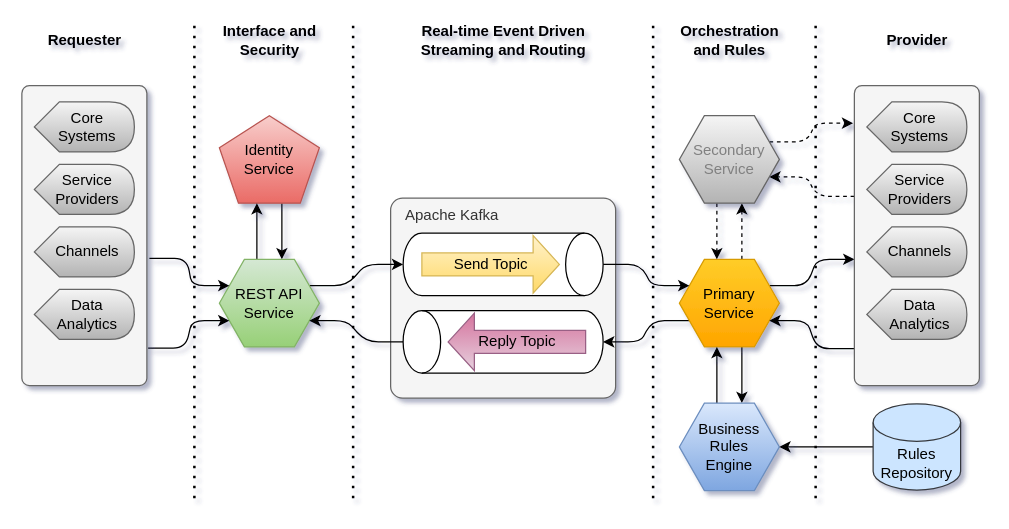
The draw.io diagram page "Proposed Design" (1 of 8) of Microservice Architecture.drawio in badenhorstp/readme, before the edit. Source tidied: cells renumbered, new cells numbered last; positions are measured from the earlier drawing's top-left corner, leaving out a move shared by most shapes. Both pictures are drawn from the tidied source at 125%, with x=0, y=0 at pixel (21, 21).
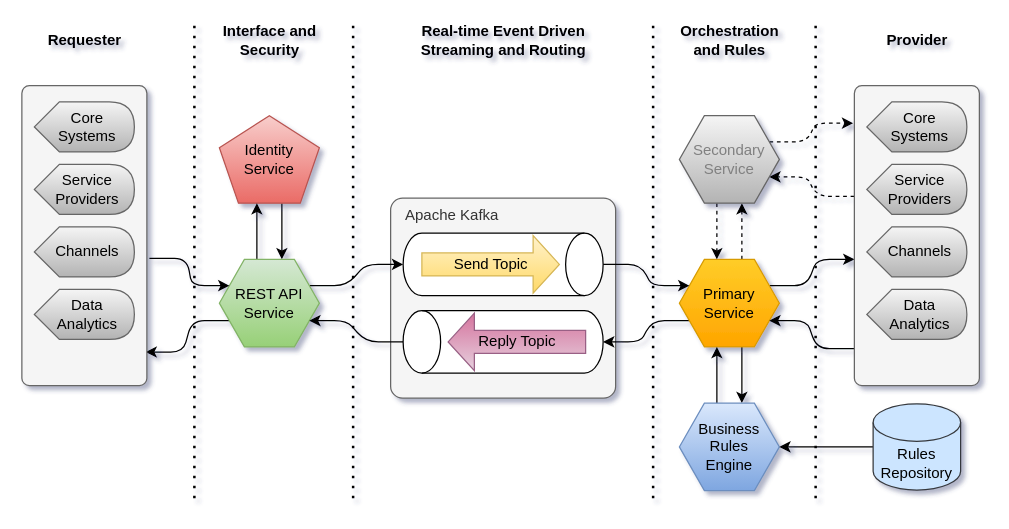
Above is the later version.

Unchanged cells that the change refers to:
```xml
<mxCell id="7" value="REST API&lt;br&gt;Service" style="shape=hexagon;perimeter=hexagonPerimeter2;whiteSpace=wrap;html=1;fixedSize=1;fillColor=#d5e8d4;strokeColor=#82b366;shadow=0;rounded=0;gradientColor=#97d077;" parent="1" vertex="1">
  <mxGeometry x="158" y="190" width="80" height="70" as="geometry" />
</mxCell>
<mxCell id="34" style="rounded=1;whiteSpace=wrap;html=1;arcSize=6;align=center;horizontal=1;verticalAlign=middle;spacingLeft=0;fillColor=#f5f5f5;strokeColor=#666666;fontColor=#333333;shadow=0;" parent="1" vertex="1">
  <mxGeometry y="51" width="100" height="240" as="geometry" />
</mxCell>
```

What changed in the source:
```diff
@@
+    <mxCell id="49" style="edgeStyle=entityRelationEdgeStyle;rounded=1;jettySize=auto;html=1;exitX=0;exitY=0.75;exitDx=0;exitDy=0;entryX=0.99;entryY=0.888;entryDx=0;entryDy=0;entryPerimeter=0;fontColor=#808080;" parent="1" edge="1" source="7" target="34">
+      <mxGeometry relative="1" as="geometry" />
+    </mxCell>
@@
-    <mxCell id="33" style="edgeStyle=entityRelationEdgeStyle;rounded=1;jettySize=auto;html=1;entryX=0;entryY=0.75;entryDx=0;entryDy=0;" parent="1" edge="1" target="7">
-      <mxGeometry relative="1" as="geometry">
-        <mxPoint x="101" y="261" as="sourcePoint" />
-      </mxGeometry>
-    </mxCell>
```
